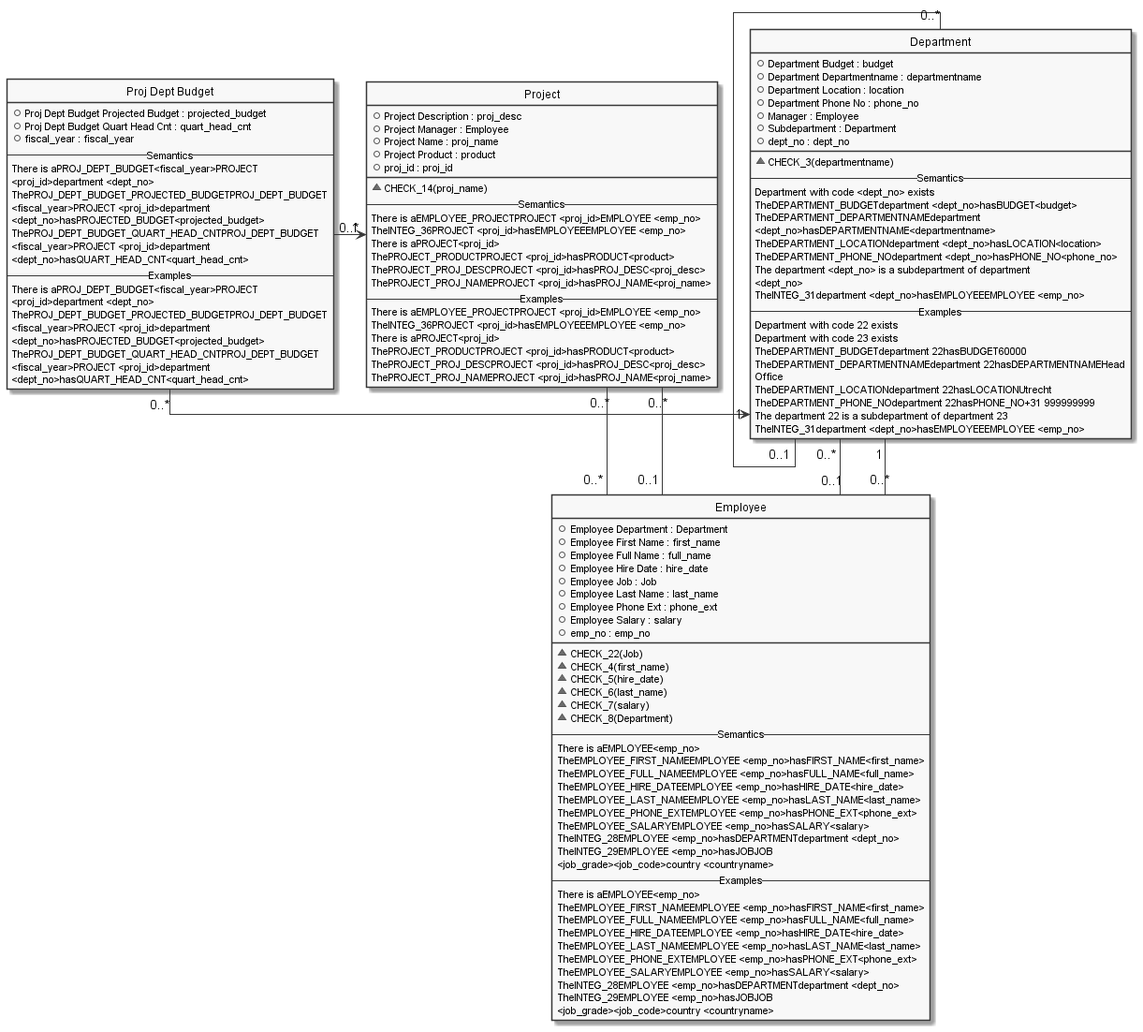
Before: EN/Employee/project.uml.png, a diagram exported from PlantUML (casetalk/Models).
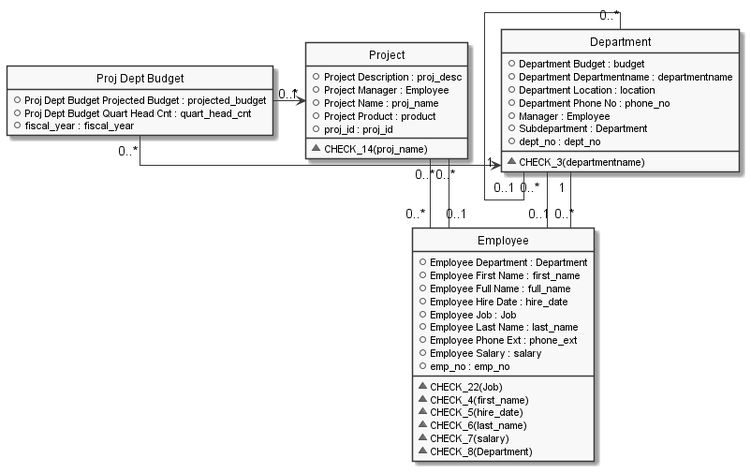
The same file after the commit.

Diff of the diagram source:
```diff
@@ -18,26 +18,6 @@
   +dept_no : dept_no
   __
   ~CHECK_3(departmentname)
--- Semantics --
-Department with code <dept_no> exists
-TheDEPARTMENT_BUDGETdepartment <dept_no>hasBUDGET<budget>
-TheDEPARTMENT_DEPARTMENTNAMEdepartment
-<dept_no>hasDEPARTMENTNAME<departmentname>
-TheDEPARTMENT_LOCATIONdepartment <dept_no>hasLOCATION<location>
-TheDEPARTMENT_PHONE_NOdepartment <dept_no>hasPHONE_NO<phone_no>
-The department <dept_no> is a subdepartment of department
-<dept_no>
-TheINTEG_31department <dept_no>hasEMPLOYEEEMPLOYEE <emp_no>
--- Examples --
-Department with code 22 exists
-Department with code 23 exists
-TheDEPARTMENT_BUDGETdepartment 22hasBUDGET60000
-TheDEPARTMENT_DEPARTMENTNAMEdepartment 22hasDEPARTMENTNAMEHead
-Office
-TheDEPARTMENT_LOCATIONdepartment 22hasLOCATIONUtrecht
-TheDEPARTMENT_PHONE_NOdepartment 22hasPHONE_NO+31 999999999
-The department 22 is a subdepartment of department 23
-TheINTEG_31department <dept_no>hasEMPLOYEEEMPLOYEE <emp_no>
   }
 
 class "Employee" as Employee  {
@@ -57,52 +37,12 @@
   ~CHECK_6(last_name)
   ~CHECK_7(salary)
   ~CHECK_8(Department)
--- Semantics --
-There is aEMPLOYEE<emp_no>
-TheEMPLOYEE_FIRST_NAMEEMPLOYEE <emp_no>hasFIRST_NAME<first_name>
-TheEMPLOYEE_FULL_NAMEEMPLOYEE <emp_no>hasFULL_NAME<full_name>
-TheEMPLOYEE_HIRE_DATEEMPLOYEE <emp_no>hasHIRE_DATE<hire_date>
-TheEMPLOYEE_LAST_NAMEEMPLOYEE <emp_no>hasLAST_NAME<last_name>
-TheEMPLOYEE_PHONE_EXTEMPLOYEE <emp_no>hasPHONE_EXT<phone_ext>
-TheEMPLOYEE_SALARYEMPLOYEE <emp_no>hasSALARY<salary>
-TheINTEG_28EMPLOYEE <emp_no>hasDEPARTMENTdepartment <dept_no>
-TheINTEG_29EMPLOYEE <emp_no>hasJOBJOB
-<job_grade><job_code>country <countryname>
--- Examples --
-There is aEMPLOYEE<emp_no>
-TheEMPLOYEE_FIRST_NAMEEMPLOYEE <emp_no>hasFIRST_NAME<first_name>
-TheEMPLOYEE_FULL_NAMEEMPLOYEE <emp_no>hasFULL_NAME<full_name>
-TheEMPLOYEE_HIRE_DATEEMPLOYEE <emp_no>hasHIRE_DATE<hire_date>
-TheEMPLOYEE_LAST_NAMEEMPLOYEE <emp_no>hasLAST_NAME<last_name>
-TheEMPLOYEE_PHONE_EXTEMPLOYEE <emp_no>hasPHONE_EXT<phone_ext>
-TheEMPLOYEE_SALARYEMPLOYEE <emp_no>hasSALARY<salary>
-TheINTEG_28EMPLOYEE <emp_no>hasDEPARTMENTdepartment <dept_no>
-TheINTEG_29EMPLOYEE <emp_no>hasJOBJOB
-<job_grade><job_code>country <countryname>
   }
 
 class "Proj Dept Budget" as Proj_Dept_Budget  {
   +Proj Dept Budget Projected Budget : projected_budget
   +Proj Dept Budget Quart Head Cnt : quart_head_cnt
   +fiscal_year : fiscal_year
--- Semantics --
-There is aPROJ_DEPT_BUDGET<fiscal_year>PROJECT
-<proj_id>department <dept_no>
-ThePROJ_DEPT_BUDGET_PROJECTED_BUDGETPROJ_DEPT_BUDGET
-<fiscal_year>PROJECT <proj_id>department
-<dept_no>hasPROJECTED_BUDGET<projected_budget>
-ThePROJ_DEPT_BUDGET_QUART_HEAD_CNTPROJ_DEPT_BUDGET
-<fiscal_year>PROJECT <proj_id>department
-<dept_no>hasQUART_HEAD_CNT<quart_head_cnt>
--- Examples --
-There is aPROJ_DEPT_BUDGET<fiscal_year>PROJECT
-<proj_id>department <dept_no>
-ThePROJ_DEPT_BUDGET_PROJECTED_BUDGETPROJ_DEPT_BUDGET
-<fiscal_year>PROJECT <proj_id>department
-<dept_no>hasPROJECTED_BUDGET<projected_budget>
-ThePROJ_DEPT_BUDGET_QUART_HEAD_CNTPROJ_DEPT_BUDGET
-<fiscal_year>PROJECT <proj_id>department
-<dept_no>hasQUART_HEAD_CNT<quart_head_cnt>
   }
 hide "Proj_Dept_Budget" methods
 
@@ -114,20 +54,6 @@
   +proj_id : proj_id
   __
   ~CHECK_14(proj_name)
--- Semantics --
-There is aEMPLOYEE_PROJECTPROJECT <proj_id>EMPLOYEE <emp_no>
-TheINTEG_36PROJECT <proj_id>hasEMPLOYEEEMPLOYEE <emp_no>
-There is aPROJECT<proj_id>
-ThePROJECT_PRODUCTPROJECT <proj_id>hasPRODUCT<product>
-ThePROJECT_PROJ_DESCPROJECT <proj_id>hasPROJ_DESC<proj_desc>
-ThePROJECT_PROJ_NAMEPROJECT <proj_id>hasPROJ_NAME<proj_name>
--- Examples --
-There is aEMPLOYEE_PROJECTPROJECT <proj_id>EMPLOYEE <emp_no>
-TheINTEG_36PROJECT <proj_id>hasEMPLOYEEEMPLOYEE <emp_no>
-There is aPROJECT<proj_id>
-ThePROJECT_PRODUCTPROJECT <proj_id>hasPRODUCT<product>
-ThePROJECT_PROJ_DESCPROJECT <proj_id>hasPROJ_DESC<proj_desc>
-ThePROJECT_PROJ_NAMEPROJECT <proj_id>hasPROJ_NAME<proj_name>
   }
 
   Employee "0..*" -- "1" Department
```
